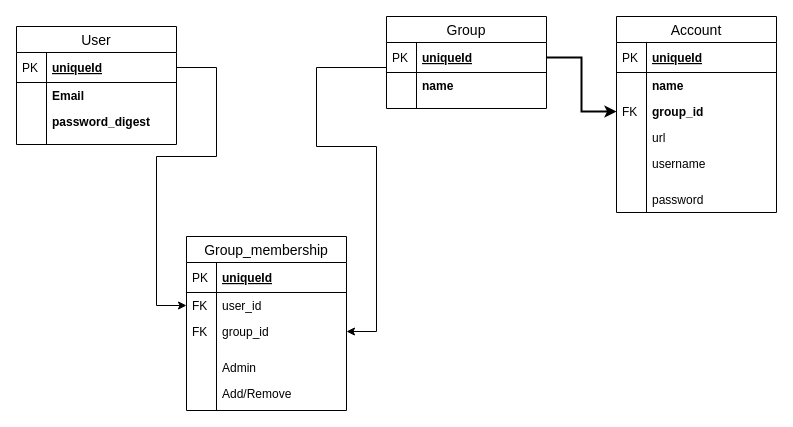
The draw.io diagram Rails_project.drawio in Anthonyntilelli/toy_password_manager, before the edit. Source tidied: cells renumbered, new cells numbered last; positions are measured from the earlier drawing's top-left corner, leaving out a move shared by most shapes. Both pictures are drawn from the tidied source at 100%, with x=0, y=0 at pixel (16, 16).
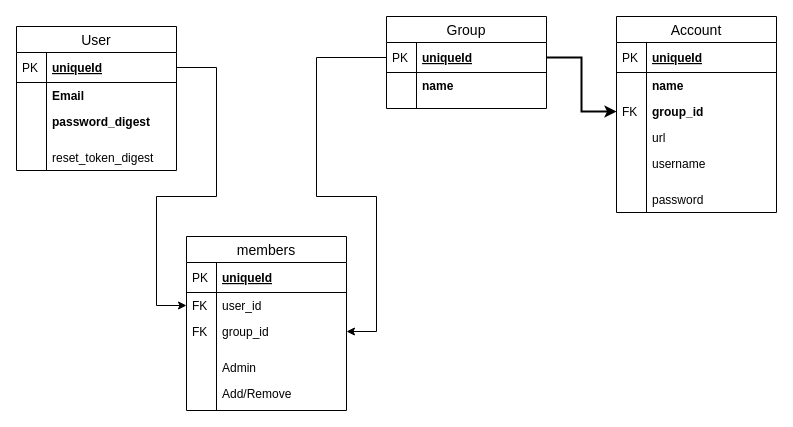
The same page after the edit.

Unchanged cells that the change refers to:
```xml
<mxCell id="8" value="user_id" style="shape=partialRectangle;top=0;left=0;right=0;bottom=0;align=left;verticalAlign=top;fillColor=none;spacingLeft=34;spacingRight=4;overflow=hidden;points=[[0,0.5],[1,0.5]];portConstraint=eastwest;fontSize=12;" parent="5" vertex="1">
  <mxGeometry y="56" width="160" height="26" as="geometry" />
</mxCell>
<mxCell id="10" value="group_id" style="shape=partialRectangle;top=0;left=0;right=0;bottom=0;align=left;verticalAlign=top;fillColor=none;spacingLeft=34;spacingRight=4;overflow=hidden;points=[[0,0.5],[1,0.5]];portConstraint=eastwest;fontSize=12;" parent="5" vertex="1">
  <mxGeometry y="82" width="160" height="26" as="geometry" />
</mxCell>
<mxCell id="19" value="uniqueId" style="shape=partialRectangle;top=0;left=0;right=0;bottom=1;align=left;verticalAlign=middle;fillColor=none;spacingLeft=34;spacingRight=4;overflow=hidden;points=[[0,0.5],[1,0.5]];portConstraint=eastwest;fontStyle=5;fontSize=12;" parent="18" vertex="1">
  <mxGeometry y="26" width="160" height="30" as="geometry" />
</mxCell>
<mxCell id="28" value="uniqueId" style="shape=partialRectangle;top=0;left=0;right=0;bottom=1;align=left;verticalAlign=middle;fillColor=none;spacingLeft=34;spacingRight=4;overflow=hidden;points=[[0,0.5],[1,0.5]];portConstraint=eastwest;fontStyle=5;fontSize=12;" parent="27" vertex="1">
  <mxGeometry y="26" width="160" height="30" as="geometry" />
</mxCell>
```

The edit, as a diff of the source:
```diff
@@
     <mxCell id="3" style="edgeStyle=orthogonalEdgeStyle;rounded=0;jettySize=auto;html=1;entryX=0;entryY=0.5;entryDx=0;entryDy=0;" parent="1" edge="1" source="19" target="8">
       <mxGeometry relative="1" as="geometry">
         <Array as="points">
           <mxPoint x="200" y="51" />
-          <mxPoint x="200" y="140" />
-          <mxPoint x="140" y="140" />
+          <mxPoint x="200" y="180" />
+          <mxPoint x="140" y="180" />
           <mxPoint x="140" y="289" />
         </Array>
       </mxGeometry>
     </mxCell>
     <mxCell id="4" style="edgeStyle=orthogonalEdgeStyle;rounded=0;jettySize=auto;html=1;entryX=1;entryY=0.5;entryDx=0;entryDy=0;" parent="1" edge="1" source="28" target="10">
       <mxGeometry relative="1" as="geometry">
         <Array as="points">
-          <mxPoint x="300" y="51" />
-          <mxPoint x="300" y="130" />
-          <mxPoint x="360" y="130" />
+          <mxPoint x="300" y="41" />
+          <mxPoint x="300" y="180" />
+          <mxPoint x="360" y="180" />
           <mxPoint x="360" y="315" />
         </Array>
       </mxGeometry>
     </mxCell>
-    <mxCell id="5" value="Group_membership" style="swimlane;fontStyle=0;horizontal=1;startSize=26;align=center;fontSize=14;" parent="1" vertex="1">
+    <mxCell id="5" value="members" style="swimlane;fontStyle=0;horizontal=1;startSize=26;align=center;fontSize=14;" parent="1" vertex="1">
       <mxGeometry x="170" y="220" width="160" height="174" as="geometry" />
     </mxCell>
@@
     <mxCell id="18" value="User" style="swimlane;fontStyle=0;horizontal=1;startSize=26;align=center;fontSize=14;" parent="1" vertex="1">
-      <mxGeometry y="10" width="160" height="118" as="geometry" />
+      <mxGeometry y="10" width="160" height="144" as="geometry" />
     </mxCell>
@@
+    <mxCell id="49" value="reset_token_digest" style="shape=partialRectangle;top=0;left=0;right=0;bottom=0;align=left;verticalAlign=top;fillColor=none;spacingLeft=34;spacingRight=4;overflow=hidden;fontSize=12;fontStyle=0;" parent="18" vertex="1">
+      <mxGeometry y="118" width="160" height="26" as="geometry" />
+    </mxCell>
+    <mxCell id="50" style="shape=partialRectangle;top=0;left=0;bottom=0;fillColor=none;align=left;verticalAlign=top;spacingLeft=4;spacingRight=4;overflow=hidden;fontSize=12;" parent="49" vertex="1">
+      <mxGeometry width="30" height="26" as="geometry" />
+    </mxCell>
```
